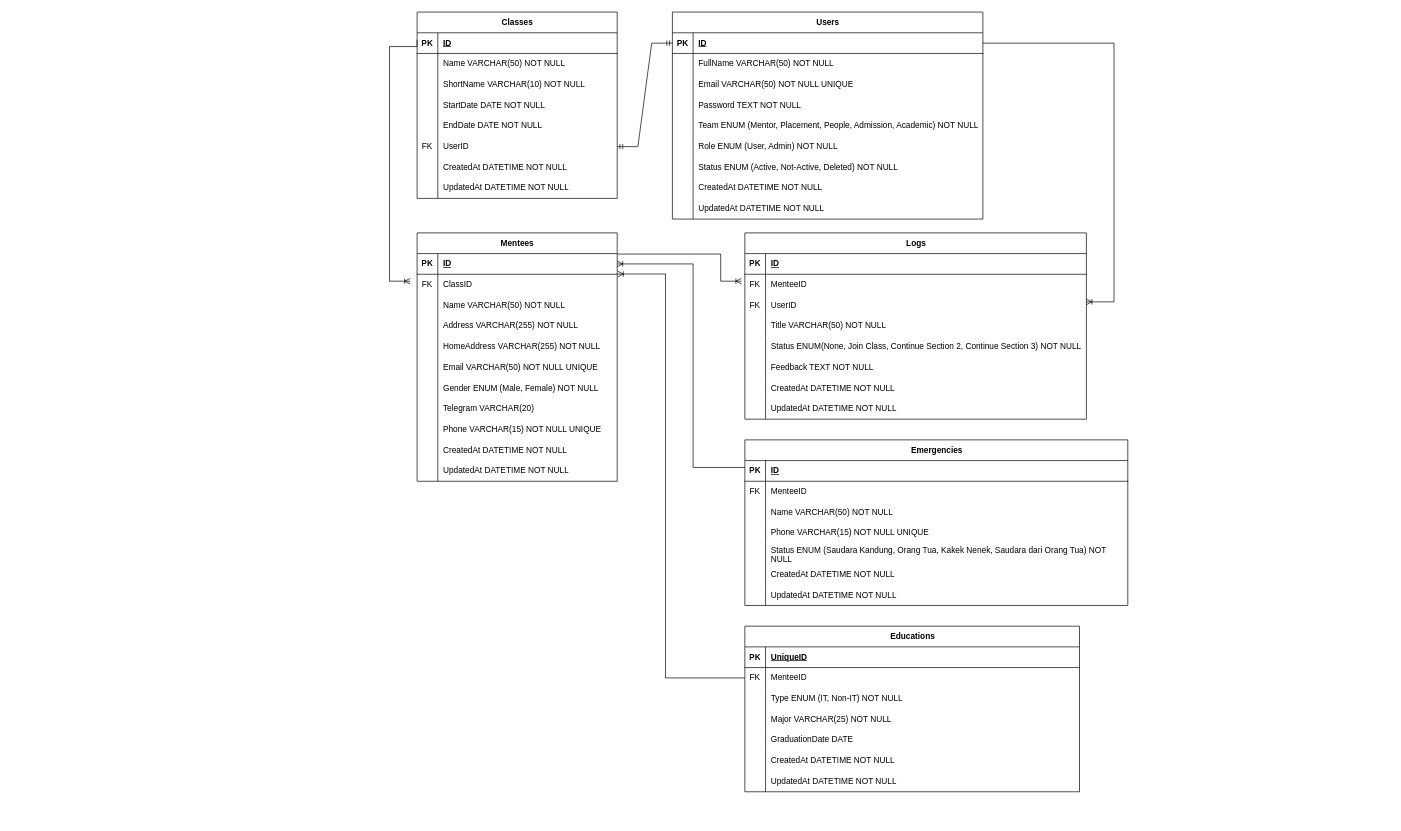
Before: Immersive-dashboard-ERD.drawio.xml in Velocyes/ALTA-Dashboard-BE, a draw.io diagram. Source tidied: cells renumbered, new cells numbered last; positions are measured from the earlier drawing's top-left corner, leaving out a move shared by most shapes. Both pictures are drawn from the tidied source at 69%, with x=0, y=0 at pixel (389, 12).
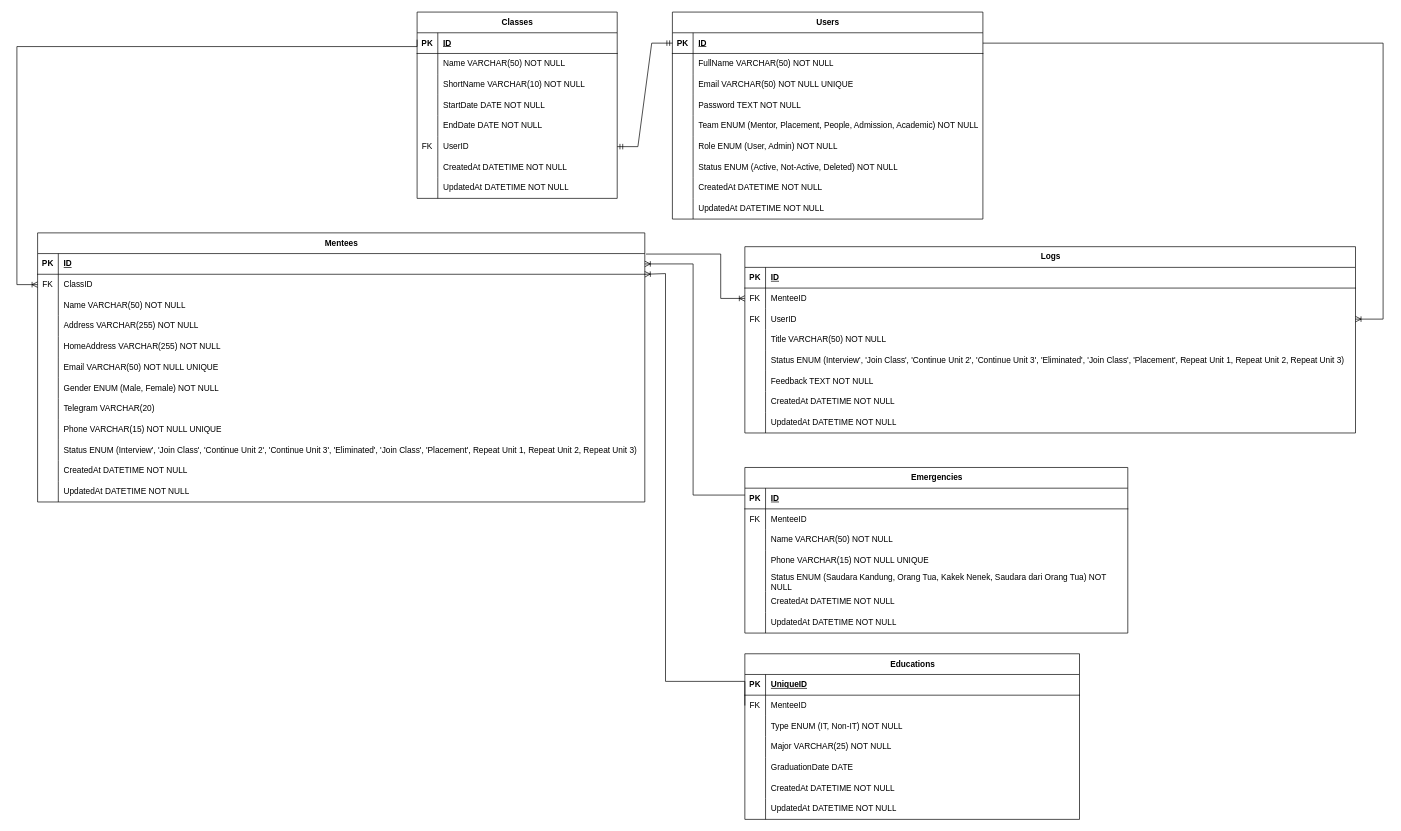
Above is the later version.

Unchanged cells that the change refers to:
```xml
<mxCell id="3" style="shape=tableRow;horizontal=0;startSize=0;swimlaneHead=0;swimlaneBody=0;fillColor=none;points=[[0,0.5],[1,0.5]];portConstraint=eastwest;top=0;left=0;right=0;bottom=1;" parent="2" vertex="1">
  <mxGeometry y="30" width="450" height="30" as="geometry" />
</mxCell>
<mxCell id="118" style="shape=tableRow;horizontal=0;startSize=0;swimlaneHead=0;swimlaneBody=0;fillColor=none;points=[[0,0.5],[1,0.5]];portConstraint=eastwest;top=0;left=0;right=0;bottom=1;" parent="117" vertex="1">
  <mxGeometry y="30" width="555" height="30" as="geometry" />
</mxCell>
<mxCell id="143" style="shape=tableRow;horizontal=0;startSize=0;swimlaneHead=0;swimlaneBody=0;fillColor=none;points=[[0,0.5],[1,0.5]];portConstraint=eastwest;top=0;left=0;right=0;bottom=0;" parent="139" vertex="1">
  <mxGeometry y="60" width="485" height="30" as="geometry" />
</mxCell>
```

The edit, as a diff of the source:
```diff
@@
     <mxCell id="56" value="Mentees" style="shape=table;startSize=30;childLayout=tableLayout;rowLines=0;fontStyle=1;align=center;html=1;" parent="1" vertex="1">
-      <mxGeometry x="40" y="320" width="290" height="360" as="geometry" />
+      <mxGeometry x="-510" y="320" width="880" height="390" as="geometry" />
     </mxCell>
     <mxCell id="57" style="shape=tableRow;horizontal=0;startSize=0;swimlaneHead=0;swimlaneBody=0;fillColor=none;points=[[0,0.5],[1,0.5]];portConstraint=eastwest;top=0;left=0;right=0;bottom=1;" parent="56" vertex="1">
-      <mxGeometry y="30" width="290" height="30" as="geometry" />
+      <mxGeometry y="30" width="880" height="30" as="geometry" />
     </mxCell>
@@
     <mxCell id="59" value="ID" style="shape=partialRectangle;fillColor=none;top=0;left=0;bottom=0;right=0;align=left;spacingLeft=6;fontStyle=5;overflow=hidden;whiteSpace=wrap;html=1;" parent="57" vertex="1">
-      <mxGeometry x="30" width="260" height="30" as="geometry" />
+      <mxGeometry x="30" width="850" height="30" as="geometry" />
     </mxCell>
     <mxCell id="60" style="shape=tableRow;horizontal=0;startSize=0;swimlaneHead=0;swimlaneBody=0;fillColor=none;points=[[0,0.5],[1,0.5]];portConstraint=eastwest;top=0;left=0;right=0;bottom=0;" parent="56" vertex="1">
-      <mxGeometry y="60" width="290" height="30" as="geometry" />
+      <mxGeometry y="60" width="880" height="30" as="geometry" />
     </mxCell>
@@
     <mxCell id="62" value="ClassID&amp;nbsp;" style="shape=partialRectangle;fillColor=none;top=0;left=0;bottom=0;right=0;align=left;spacingLeft=6;overflow=hidden;whiteSpace=wrap;html=1;" parent="60" vertex="1">
-      <mxGeometry x="30" width="260" height="30" as="geometry" />
+      <mxGeometry x="30" width="850" height="30" as="geometry" />
     </mxCell>
     <mxCell id="63" style="shape=tableRow;horizontal=0;startSize=0;swimlaneHead=0;swimlaneBody=0;fillColor=none;top=0;left=0;right=0;bottom=0;" parent="56" vertex="1">
-      <mxGeometry y="90" width="290" height="30" as="geometry" />
+      <mxGeometry y="90" width="880" height="30" as="geometry" />
     </mxCell>
@@
     <mxCell id="65" value="Name&amp;nbsp;VARCHAR(50) NOT NULL" style="shape=partialRectangle;fillColor=none;top=0;left=0;bottom=0;right=0;align=left;spacingLeft=6;overflow=hidden;whiteSpace=wrap;html=1;" parent="63" vertex="1">
-      <mxGeometry x="30" width="260" height="30" as="geometry" />
+      <mxGeometry x="30" width="850" height="30" as="geometry" />
     </mxCell>
     <mxCell id="66" style="shape=tableRow;horizontal=0;startSize=0;swimlaneHead=0;swimlaneBody=0;fillColor=none;top=0;left=0;right=0;bottom=0;" parent="56" vertex="1">
-      <mxGeometry y="120" width="290" height="30" as="geometry" />
+      <mxGeometry y="120" width="880" height="30" as="geometry" />
     </mxCell>
@@
     <mxCell id="68" value="Address VARCHAR(255) NOT NULL" style="shape=partialRectangle;fillColor=none;top=0;left=0;bottom=0;right=0;align=left;spacingLeft=6;overflow=hidden;whiteSpace=wrap;html=1;" parent="66" vertex="1">
-      <mxGeometry x="30" width="260" height="30" as="geometry" />
+      <mxGeometry x="30" width="850" height="30" as="geometry" />
     </mxCell>
     <mxCell id="69" style="shape=tableRow;horizontal=0;startSize=0;swimlaneHead=0;swimlaneBody=0;fillColor=none;top=0;left=0;right=0;bottom=0;" parent="56" vertex="1">
-      <mxGeometry y="150" width="290" height="30" as="geometry" />
+      <mxGeometry y="150" width="880" height="30" as="geometry" />
     </mxCell>
@@
     <mxCell id="71" value="HomeAddress VARCHAR(255) NOT NULL" style="shape=partialRectangle;fillColor=none;top=0;left=0;bottom=0;right=0;align=left;spacingLeft=6;overflow=hidden;whiteSpace=wrap;html=1;" parent="69" vertex="1">
-      <mxGeometry x="30" width="260" height="30" as="geometry" />
+      <mxGeometry x="30" width="850" height="30" as="geometry" />
     </mxCell>
     <mxCell id="72" style="shape=tableRow;horizontal=0;startSize=0;swimlaneHead=0;swimlaneBody=0;fillColor=none;top=0;left=0;right=0;bottom=0;" parent="56" vertex="1">
-      <mxGeometry y="180" width="290" height="30" as="geometry" />
+      <mxGeometry y="180" width="880" height="30" as="geometry" />
     </mxCell>
@@
     <mxCell id="74" value="Email VARCHAR(50) NOT NULL UNIQUE" style="shape=partialRectangle;fillColor=none;top=0;left=0;bottom=0;right=0;align=left;spacingLeft=6;overflow=hidden;whiteSpace=wrap;html=1;" parent="72" vertex="1">
-      <mxGeometry x="30" width="260" height="30" as="geometry" />
+      <mxGeometry x="30" width="850" height="30" as="geometry" />
     </mxCell>
     <mxCell id="75" style="shape=tableRow;horizontal=0;startSize=0;swimlaneHead=0;swimlaneBody=0;fillColor=none;top=0;left=0;right=0;bottom=0;" parent="56" vertex="1">
-      <mxGeometry y="210" width="290" height="30" as="geometry" />
+      <mxGeometry y="210" width="880" height="30" as="geometry" />
     </mxCell>
@@
     <mxCell id="77" value="Gender ENUM (Male, Female) NOT NULL" style="shape=partialRectangle;fillColor=none;top=0;left=0;bottom=0;right=0;align=left;spacingLeft=6;overflow=hidden;whiteSpace=wrap;html=1;" parent="75" vertex="1">
-      <mxGeometry x="30" width="260" height="30" as="geometry" />
+      <mxGeometry x="30" width="850" height="30" as="geometry" />
     </mxCell>
     <mxCell id="78" style="shape=tableRow;horizontal=0;startSize=0;swimlaneHead=0;swimlaneBody=0;fillColor=none;top=0;left=0;right=0;bottom=0;" parent="56" vertex="1">
-      <mxGeometry y="240" width="290" height="30" as="geometry" />
+      <mxGeometry y="240" width="880" height="30" as="geometry" />
     </mxCell>
@@
     <mxCell id="80" value="Telegram VARCHAR(20)" style="shape=partialRectangle;fillColor=none;top=0;left=0;bottom=0;right=0;align=left;spacingLeft=6;overflow=hidden;whiteSpace=wrap;html=1;" parent="78" vertex="1">
-      <mxGeometry x="30" width="260" height="30" as="geometry" />
+      <mxGeometry x="30" width="850" height="30" as="geometry" />
     </mxCell>
     <mxCell id="81" style="shape=tableRow;horizontal=0;startSize=0;swimlaneHead=0;swimlaneBody=0;fillColor=none;top=0;left=0;right=0;bottom=0;" parent="56" vertex="1">
-      <mxGeometry y="270" width="290" height="30" as="geometry" />
+      <mxGeometry y="270" width="880" height="30" as="geometry" />
     </mxCell>
@@
     <mxCell id="83" value="Phone VARCHAR(15) NOT NULL UNIQUE" style="shape=partialRectangle;fillColor=none;top=0;left=0;bottom=0;right=0;align=left;spacingLeft=6;overflow=hidden;whiteSpace=wrap;html=1;" parent="81" vertex="1">
-      <mxGeometry x="30" width="260" height="30" as="geometry" />
+      <mxGeometry x="30" width="850" height="30" as="geometry" />
     </mxCell>
+    <mxCell id="164" style="shape=tableRow;horizontal=0;startSize=0;swimlaneHead=0;swimlaneBody=0;fillColor=none;top=0;left=0;right=0;bottom=0;" parent="56" vertex="1">
+      <mxGeometry y="300" width="880" height="30" as="geometry" />
+    </mxCell>
+    <mxCell id="165" style="shape=partialRectangle;fillColor=none;top=0;left=0;bottom=0;right=0;overflow=hidden;whiteSpace=wrap;html=1;" parent="164" vertex="1">
+      <mxGeometry width="30" height="30" as="geometry" />
+    </mxCell>
+    <mxCell id="166" value="&lt;div&gt;Status ENUM (Interview', 'Join Class', 'Continue Unit 2', 'Continue Unit 3', 'Eliminated', 'Join Class', 'Placement', Repeat Unit 1, Repeat Unit 2, Repeat Unit 3)&lt;/div&gt;" style="shape=partialRectangle;fillColor=none;top=0;left=0;bottom=0;right=0;align=left;spacingLeft=6;overflow=hidden;whiteSpace=wrap;html=1;" parent="164" vertex="1">
+      <mxGeometry x="30" width="850" height="30" as="geometry" />
+    </mxCell>
     <mxCell id="84" style="shape=tableRow;horizontal=0;startSize=0;swimlaneHead=0;swimlaneBody=0;fillColor=none;top=0;left=0;right=0;bottom=0;" parent="56" vertex="1">
-      <mxGeometry y="300" width="290" height="30" as="geometry" />
+      <mxGeometry y="330" width="880" height="30" as="geometry" />
     </mxCell>
@@
     <mxCell id="86" value="CreatedAt DATETIME NOT NULL" style="shape=partialRectangle;fillColor=none;top=0;left=0;bottom=0;right=0;align=left;spacingLeft=6;overflow=hidden;whiteSpace=wrap;html=1;" parent="84" vertex="1">
-      <mxGeometry x="30" width="260" height="30" as="geometry" />
+      <mxGeometry x="30" width="850" height="30" as="geometry" />
     </mxCell>
     <mxCell id="87" style="shape=tableRow;horizontal=0;startSize=0;swimlaneHead=0;swimlaneBody=0;fillColor=none;top=0;left=0;right=0;bottom=0;" parent="56" vertex="1">
-      <mxGeometry y="330" width="290" height="30" as="geometry" />
+      <mxGeometry y="360" width="880" height="30" as="geometry" />
     </mxCell>
@@
     <mxCell id="89" value="UpdatedAt DATETIME NOT NULL" style="shape=partialRectangle;fillColor=none;top=0;left=0;bottom=0;right=0;align=left;spacingLeft=6;overflow=hidden;whiteSpace=wrap;html=1;" parent="87" vertex="1">
-      <mxGeometry x="30" width="260" height="30" as="geometry" />
+      <mxGeometry x="30" width="850" height="30" as="geometry" />
     </mxCell>
-    <mxCell id="90" style="edgeStyle=orthogonalEdgeStyle;fontSize=12;html=1;endArrow=ERoneToMany;rounded=0;" parent="1" edge="1">
+    <mxCell id="90" style="edgeStyle=orthogonalEdgeStyle;fontSize=12;html=1;endArrow=ERoneToMany;rounded=0;entryX=0;entryY=0.5;entryDx=0;entryDy=0;" parent="1" edge="1" target="60">
       <mxGeometry relative="1" as="geometry">
         <mxPoint x="40" y="40" as="sourcePoint" />
-        <mxPoint x="30" y="390" as="targetPoint" />
         <Array as="points">
           <mxPoint x="40" y="50" />
-          <mxPoint y="50" />
-          <mxPoint y="390" />
+          <mxPoint x="-540" y="50" />
+          <mxPoint x="-540" y="395" />
         </Array>
       </mxGeometry>
     </mxCell>
     <mxCell id="91" value="Logs" style="shape=table;startSize=30;childLayout=tableLayout;rowLines=0;fontStyle=1;align=center;html=1;" parent="1" vertex="1">
-      <mxGeometry x="515" y="320" width="495" height="270" as="geometry" />
+      <mxGeometry x="515" y="340" width="885" height="270" as="geometry" />
     </mxCell>
     <mxCell id="92" style="shape=tableRow;horizontal=0;startSize=0;swimlaneHead=0;swimlaneBody=0;fillColor=none;top=0;left=0;right=0;bottom=1;" parent="91" vertex="1">
-      <mxGeometry y="30" width="495" height="30" as="geometry" />
+      <mxGeometry y="30" width="885" height="30" as="geometry" />
     </mxCell>
@@
     <mxCell id="94" value="ID" style="shape=partialRectangle;fillColor=none;top=0;left=0;bottom=0;right=0;align=left;spacingLeft=6;fontStyle=5;overflow=hidden;whiteSpace=wrap;html=1;" parent="92" vertex="1">
-      <mxGeometry x="30" width="465" height="30" as="geometry" />
+      <mxGeometry x="30" width="855" height="30" as="geometry" />
     </mxCell>
     <mxCell id="95" style="shape=tableRow;horizontal=0;startSize=0;swimlaneHead=0;swimlaneBody=0;fillColor=none;points=[[0,0.5],[1,0.5]];portConstraint=eastwest;top=0;left=0;right=0;bottom=0;" parent="91" vertex="1">
-      <mxGeometry y="60" width="495" height="30" as="geometry" />
+      <mxGeometry y="60" width="885" height="30" as="geometry" />
     </mxCell>
@@
     <mxCell id="97" value="MenteeID" style="shape=partialRectangle;fillColor=none;top=0;left=0;bottom=0;right=0;align=left;spacingLeft=6;overflow=hidden;whiteSpace=wrap;html=1;" parent="95" vertex="1">
-      <mxGeometry x="30" width="465" height="30" as="geometry" />
+      <mxGeometry x="30" width="855" height="30" as="geometry" />
     </mxCell>
     <mxCell id="98" style="shape=tableRow;horizontal=0;startSize=0;swimlaneHead=0;swimlaneBody=0;fillColor=none;points=[[0,0.5],[1,0.5]];portConstraint=eastwest;top=0;left=0;right=0;bottom=0;" parent="91" vertex="1">
-      <mxGeometry y="90" width="495" height="30" as="geometry" />
+      <mxGeometry y="90" width="885" height="30" as="geometry" />
     </mxCell>
@@
     <mxCell id="100" value="UserID" style="shape=partialRectangle;fillColor=none;top=0;left=0;bottom=0;right=0;align=left;spacingLeft=6;overflow=hidden;whiteSpace=wrap;html=1;" parent="98" vertex="1">
-      <mxGeometry x="30" width="465" height="30" as="geometry" />
+      <mxGeometry x="30" width="855" height="30" as="geometry" />
     </mxCell>
     <mxCell id="101" style="shape=tableRow;horizontal=0;startSize=0;swimlaneHead=0;swimlaneBody=0;fillColor=none;top=0;left=0;right=0;bottom=0;" parent="91" vertex="1">
-      <mxGeometry y="120" width="495" height="30" as="geometry" />
+      <mxGeometry y="120" width="885" height="30" as="geometry" />
     </mxCell>
@@
     <mxCell id="103" value="Title&amp;nbsp;VARCHAR(50) NOT NULL" style="shape=partialRectangle;fillColor=none;top=0;left=0;bottom=0;right=0;align=left;spacingLeft=6;overflow=hidden;whiteSpace=wrap;html=1;" parent="101" vertex="1">
-      <mxGeometry x="30" width="465" height="30" as="geometry" />
+      <mxGeometry x="30" width="855" height="30" as="geometry" />
     </mxCell>
-    <mxCell id="104" style="shape=tableRow;horizontal=0;startSize=0;swimlaneHead=0;swimlaneBody=0;fillColor=none;top=0;left=0;right=0;bottom=0;" parent="91" vertex="1">
-      <mxGeometry y="150" width="495" height="30" as="geometry" />
-    </mxCell>
-    <mxCell id="105" style="shape=partialRectangle;fillColor=none;top=0;left=0;bottom=0;right=0;overflow=hidden;whiteSpace=wrap;html=1;" parent="104" vertex="1">
-      <mxGeometry width="30" height="30" as="geometry" />
-    </mxCell>
-    <mxCell id="106" value="Status&amp;nbsp;ENUM(None, Join Class, Continue Section 2, Continue Section 3) NOT NULL" style="shape=partialRectangle;fillColor=none;top=0;left=0;bottom=0;right=0;align=left;spacingLeft=6;overflow=hidden;whiteSpace=wrap;html=1;" parent="104" vertex="1">
-      <mxGeometry x="30" width="465" height="30" as="geometry" />
-    </mxCell>
+    <mxCell id="167" style="shape=tableRow;horizontal=0;startSize=0;swimlaneHead=0;swimlaneBody=0;fillColor=none;top=0;left=0;right=0;bottom=0;" parent="91" vertex="1">
+      <mxGeometry y="150" width="885" height="30" as="geometry" />
+    </mxCell>
+    <mxCell id="168" style="shape=partialRectangle;fillColor=none;top=0;left=0;bottom=0;right=0;overflow=hidden;whiteSpace=wrap;html=1;" parent="167" vertex="1">
+      <mxGeometry width="30" height="30" as="geometry" />
+    </mxCell>
+    <mxCell id="169" value="&lt;div&gt;Status ENUM (Interview', 'Join Class', 'Continue Unit 2', 'Continue Unit 3', 'Eliminated', 'Join Class', 'Placement', Repeat Unit 1, Repeat Unit 2, Repeat Unit 3)&lt;/div&gt;" style="shape=partialRectangle;fillColor=none;top=0;left=0;bottom=0;right=0;align=left;spacingLeft=6;overflow=hidden;whiteSpace=wrap;html=1;" parent="167" vertex="1">
+      <mxGeometry x="30" width="855" height="30" as="geometry" />
+    </mxCell>
     <mxCell id="107" style="shape=tableRow;horizontal=0;startSize=0;swimlaneHead=0;swimlaneBody=0;fillColor=none;top=0;left=0;right=0;bottom=0;" parent="91" vertex="1">
-      <mxGeometry y="180" width="495" height="30" as="geometry" />
+      <mxGeometry y="180" width="885" height="30" as="geometry" />
     </mxCell>
@@
     <mxCell id="109" value="Feedback TEXT NOT NULL" style="shape=partialRectangle;fillColor=none;top=0;left=0;bottom=0;right=0;align=left;spacingLeft=6;overflow=hidden;whiteSpace=wrap;html=1;" parent="107" vertex="1">
-      <mxGeometry x="30" width="465" height="30" as="geometry" />
+      <mxGeometry x="30" width="855" height="30" as="geometry" />
     </mxCell>
     <mxCell id="110" style="shape=tableRow;horizontal=0;startSize=0;swimlaneHead=0;swimlaneBody=0;fillColor=none;top=0;left=0;right=0;bottom=0;" parent="91" vertex="1">
-      <mxGeometry y="210" width="495" height="30" as="geometry" />
+      <mxGeometry y="210" width="885" height="30" as="geometry" />
     </mxCell>
@@
     <mxCell id="112" value="CreatedAt DATETIME NOT NULL" style="shape=partialRectangle;fillColor=none;top=0;left=0;bottom=0;right=0;align=left;spacingLeft=6;overflow=hidden;whiteSpace=wrap;html=1;" parent="110" vertex="1">
-      <mxGeometry x="30" width="465" height="30" as="geometry" />
+      <mxGeometry x="30" width="855" height="30" as="geometry" />
     </mxCell>
     <mxCell id="113" style="shape=tableRow;horizontal=0;startSize=0;swimlaneHead=0;swimlaneBody=0;fillColor=none;top=0;left=0;right=0;bottom=0;" parent="91" vertex="1">
-      <mxGeometry y="240" width="495" height="30" as="geometry" />
+      <mxGeometry y="240" width="885" height="30" as="geometry" />
     </mxCell>
@@
     <mxCell id="115" value="UpdatedAt DATETIME NOT NULL" style="shape=partialRectangle;fillColor=none;top=0;left=0;bottom=0;right=0;align=left;spacingLeft=6;overflow=hidden;whiteSpace=wrap;html=1;" parent="113" vertex="1">
-      <mxGeometry x="30" width="465" height="30" as="geometry" />
+      <mxGeometry x="30" width="855" height="30" as="geometry" />
     </mxCell>
-    <mxCell id="116" style="edgeStyle=orthogonalEdgeStyle;fontSize=12;html=1;endArrow=ERoneToMany;rounded=0;exitX=1.002;exitY=0.023;exitDx=0;exitDy=0;exitPerimeter=0;" parent="1" edge="1" source="57">
+    <mxCell id="116" style="edgeStyle=orthogonalEdgeStyle;fontSize=12;html=1;endArrow=ERoneToMany;rounded=0;exitX=1.002;exitY=0.023;exitDx=0;exitDy=0;exitPerimeter=0;entryX=0;entryY=0.5;entryDx=0;entryDy=0;" parent="1" edge="1" source="57" target="95">
       <mxGeometry relative="1" as="geometry">
-        <mxPoint x="510" y="390" as="targetPoint" />
         <Array as="points">
           <mxPoint x="480" y="351" />
-          <mxPoint x="480" y="390" />
+          <mxPoint x="480" y="415" />
         </Array>
       </mxGeometry>
     </mxCell>
     <mxCell id="117" value="Emergencies" style="shape=table;startSize=30;childLayout=tableLayout;rowLines=0;fontStyle=1;align=center;html=1;" parent="1" vertex="1">
-      <mxGeometry x="515" y="620" width="555" height="240" as="geometry" />
+      <mxGeometry x="515" y="660" width="555" height="240" as="geometry" />
     </mxCell>
@@
     <mxCell id="139" value="Educations" style="shape=table;startSize=30;childLayout=tableLayout;rowLines=0;fontStyle=1;align=center;html=1;" parent="1" vertex="1">
-      <mxGeometry x="515" y="890" width="485" height="240" as="geometry" />
+      <mxGeometry x="515" y="930" width="485" height="240" as="geometry" />
     </mxCell>
@@
     <mxCell id="161" style="edgeStyle=orthogonalEdgeStyle;fontSize=12;html=1;endArrow=ERoneToMany;rounded=0;exitX=0;exitY=0.333;exitDx=0;exitDy=0;exitPerimeter=0;" parent="1" edge="1" source="118" target="57">
       <mxGeometry relative="1" as="geometry">
         <Array as="points">
-          <mxPoint x="440" y="660" />
+          <mxPoint x="440" y="700" />
           <mxPoint x="440" y="365" />
         </Array>
       </mxGeometry>
     </mxCell>
-    <mxCell id="162" style="edgeStyle=orthogonalEdgeStyle;fontSize=12;html=1;endArrow=ERoneToMany;rounded=0;exitX=0;exitY=0.5;exitDx=0;exitDy=0;entryX=1.003;entryY=0.987;entryDx=0;entryDy=0;entryPerimeter=0;" parent="1" edge="1" source="143" target="57">
+    <mxCell id="162" style="edgeStyle=orthogonalEdgeStyle;fontSize=12;html=1;endArrow=ERoneToMany;rounded=0;exitX=0;exitY=0.5;exitDx=0;exitDy=0;" parent="1" edge="1" source="143">
       <mxGeometry relative="1" as="geometry">
+        <mxPoint x="370" y="380" as="targetPoint" />
         <Array as="points">
-          <mxPoint x="400" y="965" />
-          <mxPoint x="400" y="380" />
+          <mxPoint x="515" y="970" />
+          <mxPoint x="400" y="970" />
+          <mxPoint x="400" y="379" />
         </Array>
       </mxGeometry>
     </mxCell>
-    <mxCell id="163" style="edgeStyle=orthogonalEdgeStyle;fontSize=12;html=1;endArrow=ERoneToMany;rounded=0;exitX=1;exitY=0.5;exitDx=0;exitDy=0;" parent="1" edge="1" source="3">
+    <mxCell id="163" style="edgeStyle=orthogonalEdgeStyle;fontSize=12;html=1;endArrow=ERoneToMany;rounded=0;exitX=1;exitY=0.5;exitDx=0;exitDy=0;entryX=1;entryY=0.5;entryDx=0;entryDy=0;" parent="1" edge="1" source="3" target="98">
       <mxGeometry relative="1" as="geometry">
-        <mxPoint x="1010" y="420" as="targetPoint" />
         <Array as="points">
-          <mxPoint x="1050" y="45" />
-          <mxPoint x="1050" y="420" />
+          <mxPoint x="1440" y="45" />
+          <mxPoint x="1440" y="445" />
         </Array>
       </mxGeometry>
     </mxCell>
```
